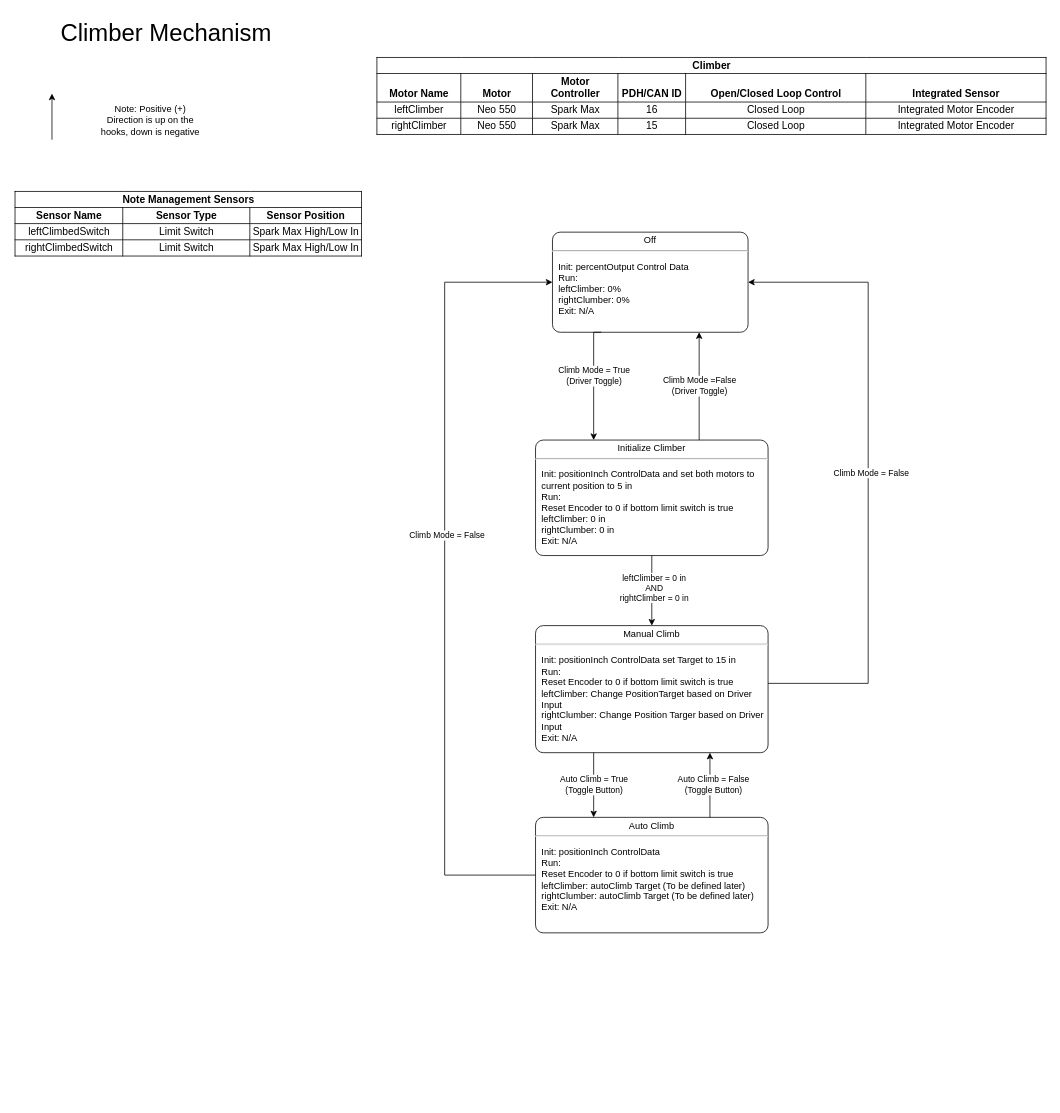
This is CodeDocumentation/Climber State Diagram.drawio from Team302/2024Crescendo, a draw.io file, before an edit. Source tidied: cells renumbered, new cells numbered last; positions are measured from the earlier drawing's top-left corner, leaving out a move shared by most shapes. Both pictures are drawn from the tidied source at 77%, with x=0, y=0 at pixel (13, 13).
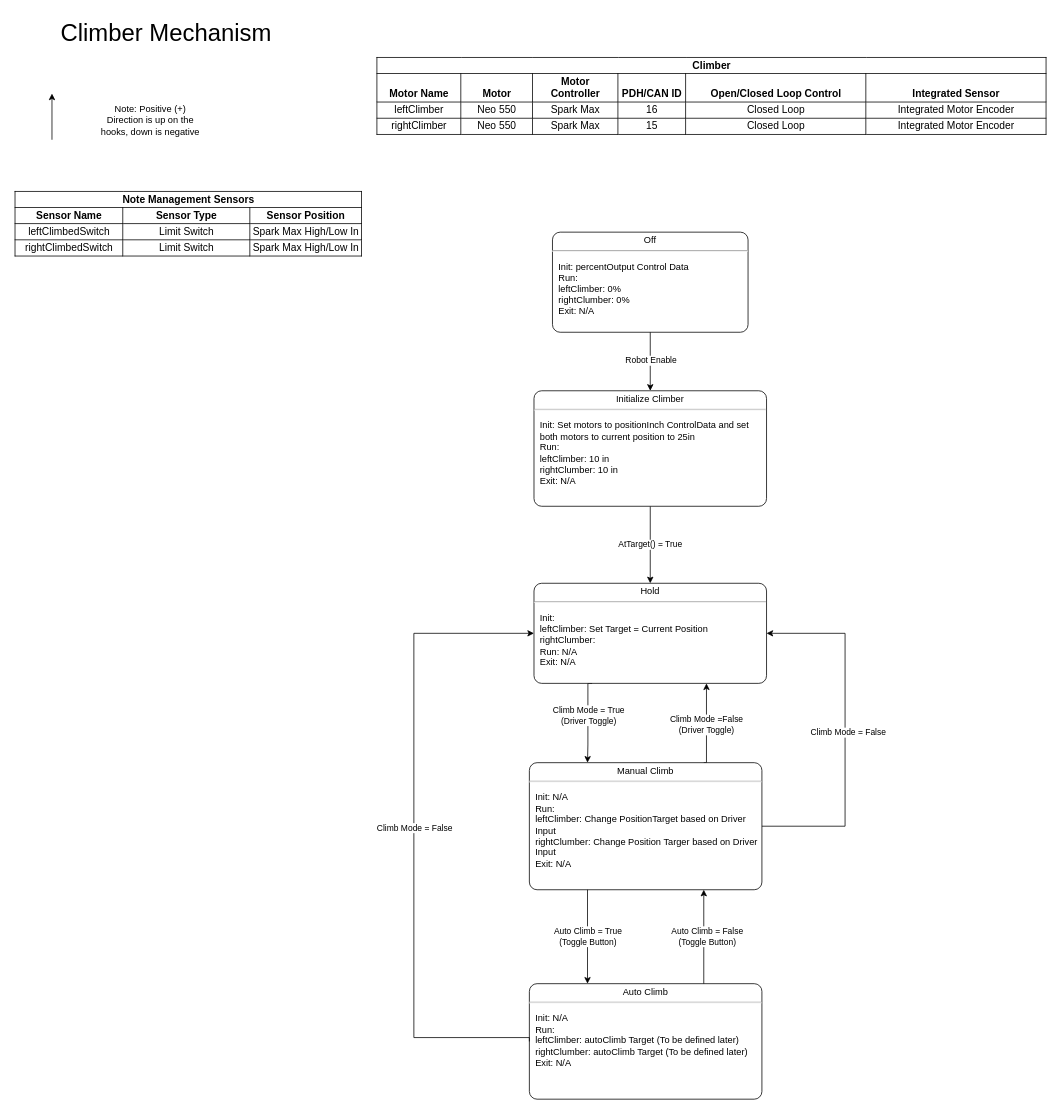
After the change.

Commit message:
Updated Climber Mech based on updates from FAB

Unchanged cells that the change refers to:
```xml
<mxCell id="3" value="&lt;p style=&quot;margin:0px;margin-top:4px;text-align:center;&quot;&gt;Off&lt;/p&gt;&lt;hr&gt;&lt;p&gt;&lt;/p&gt;&lt;p style=&quot;margin:0px;margin-left:8px;text-align:left;&quot;&gt;Init: percentOutput Control Data&lt;br&gt;Run:&amp;nbsp;&lt;/p&gt;&lt;p style=&quot;margin:0px;margin-left:8px;text-align:left;&quot;&gt;leftClimber: 0%&lt;/p&gt;&lt;p style=&quot;margin:0px;margin-left:8px;text-align:left;&quot;&gt;rightClumber: 0%&lt;/p&gt;&lt;p style=&quot;margin:0px;margin-left:8px;text-align:left;&quot;&gt;Exit: N/A&lt;/p&gt;" style="shape=mxgraph.sysml.simpleState;html=1;overflow=fill;whiteSpace=wrap;align=center;" parent="1" vertex="1">
  <mxGeometry x="700" y="284" width="254" height="130" as="geometry" />
</mxCell>
```

Change to the diagram source:
```diff
@@
-    <mxCell id="4" value="&lt;p style=&quot;margin:0px;margin-top:4px;text-align:center;&quot;&gt;Initialize Climber&lt;/p&gt;&lt;hr&gt;&lt;p&gt;&lt;/p&gt;&lt;p style=&quot;margin:0px;margin-left:8px;text-align:left;&quot;&gt;Init: positionInch ControlData and set both motors to current position to 5 in&lt;br&gt;Run:&lt;/p&gt;&lt;p style=&quot;margin:0px;margin-left:8px;text-align:left;&quot;&gt;Reset Encoder to 0 if bottom limit switch is true&lt;/p&gt;&lt;p style=&quot;border-color: var(--border-color); margin: 0px 0px 0px 8px; text-align: left;&quot;&gt;leftClimber: 0 in&lt;/p&gt;&lt;p style=&quot;border-color: var(--border-color); margin: 0px 0px 0px 8px; text-align: left;&quot;&gt;rightClumber: 0 in&lt;/p&gt;&lt;p style=&quot;margin:0px;margin-left:8px;text-align:left;&quot;&gt;Exit: N/A&lt;/p&gt;" style="shape=mxgraph.sysml.simpleState;html=1;overflow=fill;whiteSpace=wrap;align=center;" parent="1" vertex="1">
-      <mxGeometry x="678" y="554" width="302" height="150" as="geometry" />
-    </mxCell>
@@
-    <mxCell id="7" style="edgeStyle=orthogonalEdgeStyle;rounded=0;jettySize=auto;html=1;entryX=0.25;entryY=0;entryDx=0;entryDy=0;entryPerimeter=0;exitX=0.25;exitY=1;exitDx=0;exitDy=0;exitPerimeter=0;" parent="1" edge="1" source="3" target="4">
+    <mxCell id="7" style="edgeStyle=orthogonalEdgeStyle;rounded=0;jettySize=auto;html=1;exitX=0.25;exitY=1;exitDx=0;exitDy=0;exitPerimeter=0;entryX=0.25;entryY=0;entryDx=0;entryDy=0;entryPerimeter=0;" parent="1" edge="1" source="27" target="11">
       <mxGeometry relative="1" as="geometry">
         <Array as="points">
-          <mxPoint x="753" y="414" />
-          <mxPoint x="753" y="554" />
+          <mxPoint x="746" y="870" />
+          <mxPoint x="746" y="950" />
         </Array>
       </mxGeometry>
     </mxCell>
@@
-    <mxCell id="10" value="Climb Mode =False&lt;br&gt;(Driver Toggle)" style="edgeStyle=orthogonalEdgeStyle;rounded=0;jettySize=auto;html=1;entryX=0.75;entryY=1;entryDx=0;entryDy=0;entryPerimeter=0;" parent="1" edge="1" source="4" target="3">
+    <mxCell id="10" value="Climb Mode =False&lt;br&gt;(Driver Toggle)" style="edgeStyle=orthogonalEdgeStyle;rounded=0;jettySize=auto;html=1;entryX=0.75;entryY=1;entryDx=0;entryDy=0;entryPerimeter=0;exitX=0.75;exitY=0;exitDx=0;exitDy=0;exitPerimeter=0;" parent="1" edge="1" source="11">
       <mxGeometry relative="1" as="geometry">
+        <mxPoint x="900" y="870" as="targetPoint" />
         <Array as="points">
-          <mxPoint x="890" y="484" />
+          <mxPoint x="900" y="973" />
         </Array>
       </mxGeometry>
     </mxCell>
-    <mxCell id="11" value="&lt;p style=&quot;margin:0px;margin-top:4px;text-align:center;&quot;&gt;Manual Climb&lt;/p&gt;&lt;hr&gt;&lt;p&gt;&lt;/p&gt;&lt;p style=&quot;margin:0px;margin-left:8px;text-align:left;&quot;&gt;Init: positionInch ControlData set Target to 15 in&lt;br&gt;Run:&lt;/p&gt;&lt;p style=&quot;margin:0px;margin-left:8px;text-align:left;&quot;&gt;Reset Encoder to 0 if bottom limit switch is true&lt;/p&gt;&lt;p style=&quot;border-color: var(--border-color); margin: 0px 0px 0px 8px; text-align: left;&quot;&gt;leftClimber: Change PositionTarget based on Driver Input&lt;/p&gt;&lt;p style=&quot;border-color: var(--border-color); margin: 0px 0px 0px 8px; text-align: left;&quot;&gt;rightClumber: Change Position Targer based on Driver Input&lt;/p&gt;&lt;p style=&quot;margin:0px;margin-left:8px;text-align:left;&quot;&gt;Exit: N/A&lt;/p&gt;" style="shape=mxgraph.sysml.simpleState;html=1;overflow=fill;whiteSpace=wrap;align=center;" parent="1" vertex="1">
-      <mxGeometry x="678" y="795" width="302" height="165" as="geometry" />
+    <mxCell id="11" value="&lt;p style=&quot;margin:0px;margin-top:4px;text-align:center;&quot;&gt;Manual Climb&lt;/p&gt;&lt;hr&gt;&lt;p&gt;&lt;/p&gt;&lt;p style=&quot;margin:0px;margin-left:8px;text-align:left;&quot;&gt;Init: N/A&lt;br&gt;Run:&lt;/p&gt;&lt;p style=&quot;border-color: var(--border-color); margin: 0px 0px 0px 8px; text-align: left;&quot;&gt;leftClimber: Change PositionTarget based on Driver Input&lt;/p&gt;&lt;p style=&quot;border-color: var(--border-color); margin: 0px 0px 0px 8px; text-align: left;&quot;&gt;rightClumber: Change Position Targer based on Driver Input&lt;/p&gt;&lt;p style=&quot;margin:0px;margin-left:8px;text-align:left;&quot;&gt;Exit: N/A&lt;/p&gt;" style="shape=mxgraph.sysml.simpleState;html=1;overflow=fill;whiteSpace=wrap;align=center;" parent="1" vertex="1">
+      <mxGeometry x="670" y="973" width="302" height="165" as="geometry" />
     </mxCell>
-    <mxCell id="12" style="edgeStyle=orthogonalEdgeStyle;rounded=0;jettySize=auto;html=1;entryX=0.5;entryY=0;entryDx=0;entryDy=0;entryPerimeter=0;" parent="1" edge="1" source="4" target="11">
-      <mxGeometry relative="1" as="geometry" />
-    </mxCell>
-    <mxCell id="13" value="leftClimber = 0 in&lt;br&gt;AND&lt;br&gt;rightClimber = 0 in" style="edgeLabel;html=1;align=center;verticalAlign=middle;" parent="12" vertex="1">
-      <mxGeometry x="-0.09" y="2" relative="1" as="geometry" />
-    </mxCell>
-    <mxCell id="14" style="edgeStyle=orthogonalEdgeStyle;rounded=0;jettySize=auto;html=1;entryX=1;entryY=0.5;entryDx=0;entryDy=0;entryPerimeter=0;" parent="1" edge="1" source="11" target="3">
+    <mxCell id="14" style="edgeStyle=orthogonalEdgeStyle;rounded=0;jettySize=auto;html=1;entryX=1;entryY=0.5;entryDx=0;entryDy=0;entryPerimeter=0;" parent="1" edge="1" source="11" target="27">
       <mxGeometry relative="1" as="geometry">
         <Array as="points">
-          <mxPoint x="1110" y="870" />
-          <mxPoint x="1110" y="349" />
+          <mxPoint x="1080" y="1056" />
+          <mxPoint x="1080" y="805" />
         </Array>
       </mxGeometry>
     </mxCell>
@@
-    <mxCell id="16" value="&lt;p style=&quot;margin:0px;margin-top:4px;text-align:center;&quot;&gt;Auto Climb&lt;/p&gt;&lt;hr&gt;&lt;p&gt;&lt;/p&gt;&lt;p style=&quot;margin:0px;margin-left:8px;text-align:left;&quot;&gt;Init: positionInch ControlData&amp;nbsp;&lt;br&gt;Run:&lt;/p&gt;&lt;p style=&quot;margin:0px;margin-left:8px;text-align:left;&quot;&gt;Reset Encoder to 0 if bottom limit switch is true&lt;/p&gt;&lt;p style=&quot;border-color: var(--border-color); margin: 0px 0px 0px 8px; text-align: left;&quot;&gt;leftClimber: autoClimb Target (To be defined later)&lt;/p&gt;&lt;p style=&quot;border-color: var(--border-color); margin: 0px 0px 0px 8px; text-align: left;&quot;&gt;rightClumber: autoClimb Target (To be defined later)&lt;/p&gt;&lt;p style=&quot;margin:0px;margin-left:8px;text-align:left;&quot;&gt;Exit: N/A&lt;/p&gt;" style="shape=mxgraph.sysml.simpleState;html=1;overflow=fill;whiteSpace=wrap;align=center;" parent="1" vertex="1">
-      <mxGeometry x="678" y="1044" width="302" height="150" as="geometry" />
+    <mxCell id="16" value="&lt;p style=&quot;margin:0px;margin-top:4px;text-align:center;&quot;&gt;Auto Climb&lt;/p&gt;&lt;hr&gt;&lt;p&gt;&lt;/p&gt;&lt;p style=&quot;margin:0px;margin-left:8px;text-align:left;&quot;&gt;Init: N/A&lt;br&gt;Run:&lt;/p&gt;&lt;p style=&quot;margin:0px;margin-left:8px;text-align:left;&quot;&gt;&lt;span style=&quot;background-color: initial;&quot;&gt;leftClimber: autoClimb Target (To be defined later)&lt;/span&gt;&lt;br&gt;&lt;/p&gt;&lt;p style=&quot;border-color: var(--border-color); margin: 0px 0px 0px 8px; text-align: left;&quot;&gt;rightClumber: autoClimb Target (To be defined later)&lt;/p&gt;&lt;p style=&quot;margin:0px;margin-left:8px;text-align:left;&quot;&gt;Exit: N/A&lt;/p&gt;" style="shape=mxgraph.sysml.simpleState;html=1;overflow=fill;whiteSpace=wrap;align=center;" parent="1" vertex="1">
+      <mxGeometry x="670" y="1260" width="302" height="150" as="geometry" />
     </mxCell>
@@
-    <mxCell id="20" style="edgeStyle=orthogonalEdgeStyle;rounded=0;jettySize=auto;html=1;entryX=0;entryY=0.5;entryDx=0;entryDy=0;entryPerimeter=0;" parent="1" edge="1" source="16" target="3">
+    <mxCell id="20" style="edgeStyle=orthogonalEdgeStyle;rounded=0;jettySize=auto;html=1;entryX=0;entryY=0.5;entryDx=0;entryDy=0;entryPerimeter=0;exitX=0;exitY=0.5;exitDx=0;exitDy=0;exitPerimeter=0;" parent="1" edge="1" source="16" target="27">
       <mxGeometry relative="1" as="geometry">
         <Array as="points">
-          <mxPoint x="560" y="1119" />
-          <mxPoint x="560" y="349" />
+          <mxPoint x="670" y="1330" />
+          <mxPoint x="520" y="1330" />
+          <mxPoint x="520" y="805" />
         </Array>
       </mxGeometry>
     </mxCell>
     <mxCell id="21" value="Climb Mode = False" style="edgeLabel;html=1;align=center;verticalAlign=middle;" parent="20" vertex="1">
-      <mxGeometry x="0.09" y="-2" relative="1" as="geometry" />
+      <mxGeometry x="0.09" y="-2" relative="1" as="geometry">
+        <mxPoint x="-2" y="28" as="offset" />
+      </mxGeometry>
     </mxCell>
@@
+    <mxCell id="23" value="AtTarget() = True" style="edgeStyle=orthogonalEdgeStyle;rounded=0;jettySize=auto;html=1;" parent="1" edge="1" source="24" target="27">
+      <mxGeometry relative="1" as="geometry" />
+    </mxCell>
+    <mxCell id="24" value="&lt;p style=&quot;margin:0px;margin-top:4px;text-align:center;&quot;&gt;Initialize Climber&lt;/p&gt;&lt;hr&gt;&lt;p&gt;&lt;/p&gt;&lt;p style=&quot;margin:0px;margin-left:8px;text-align:left;&quot;&gt;Init: Set motors to positionInch ControlData and set both motors to current position to 25in&amp;nbsp;&lt;br&gt;Run:&lt;/p&gt;&lt;p style=&quot;border-color: var(--border-color); margin: 0px 0px 0px 8px; text-align: left;&quot;&gt;leftClimber: 10 in&lt;/p&gt;&lt;p style=&quot;border-color: var(--border-color); margin: 0px 0px 0px 8px; text-align: left;&quot;&gt;rightClumber: 10 in&lt;/p&gt;&lt;p style=&quot;margin:0px;margin-left:8px;text-align:left;&quot;&gt;Exit: N/A&lt;/p&gt;" style="shape=mxgraph.sysml.simpleState;html=1;overflow=fill;whiteSpace=wrap;align=center;" parent="1" vertex="1">
+      <mxGeometry x="676" y="490" width="302" height="150" as="geometry" />
+    </mxCell>
+    <mxCell id="25" style="edgeStyle=orthogonalEdgeStyle;rounded=0;jettySize=auto;html=1;entryX=0.5;entryY=0;entryDx=0;entryDy=0;entryPerimeter=0;" parent="1" edge="1" source="3" target="24">
+      <mxGeometry relative="1" as="geometry" />
+    </mxCell>
+    <mxCell id="26" value="Robot Enable" style="edgeLabel;html=1;align=center;verticalAlign=middle;" parent="25" vertex="1">
+      <mxGeometry x="-0.05" relative="1" as="geometry" />
+    </mxCell>
+    <mxCell id="27" value="&lt;p style=&quot;margin:0px;margin-top:4px;text-align:center;&quot;&gt;Hold&lt;/p&gt;&lt;hr&gt;&lt;p&gt;&lt;/p&gt;&lt;p style=&quot;margin:0px;margin-left:8px;text-align:left;&quot;&gt;Init:&amp;nbsp;&lt;/p&gt;&lt;p style=&quot;margin:0px;margin-left:8px;text-align:left;&quot;&gt;leftClimber: Set Target = Current Position&lt;/p&gt;&lt;p style=&quot;border-color: var(--border-color); margin: 0px 0px 0px 8px; text-align: left;&quot;&gt;rightClumber:&amp;nbsp;&lt;/p&gt;&lt;p style=&quot;margin:0px;margin-left:8px;text-align:left;&quot;&gt;Run: N/A&amp;nbsp;&lt;/p&gt;&lt;p style=&quot;margin:0px;margin-left:8px;text-align:left;&quot;&gt;&lt;span style=&quot;background-color: initial;&quot;&gt;Exit: N/A&lt;/span&gt;&lt;br&gt;&lt;/p&gt;" style="shape=mxgraph.sysml.simpleState;html=1;overflow=fill;whiteSpace=wrap;align=center;" parent="1" vertex="1">
+      <mxGeometry x="676" y="740" width="302" height="130" as="geometry" />
+    </mxCell>
```
